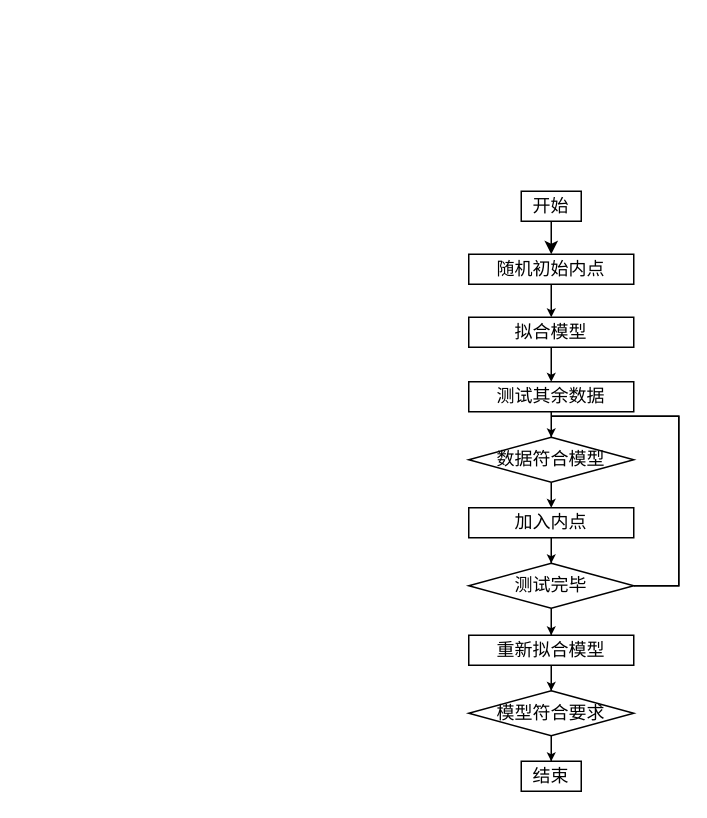
Above: indoor/未命名绘图.drawio in FanTongwen/drawio (draw.io), before the change. Source tidied: cells renumbered, new cells numbered last; positions are measured from the earlier drawing's top-left corner, leaving out a move shared by most shapes. Both pictures are drawn from the tidied source at 150%, with x=0, y=0 at pixel (468, 190).
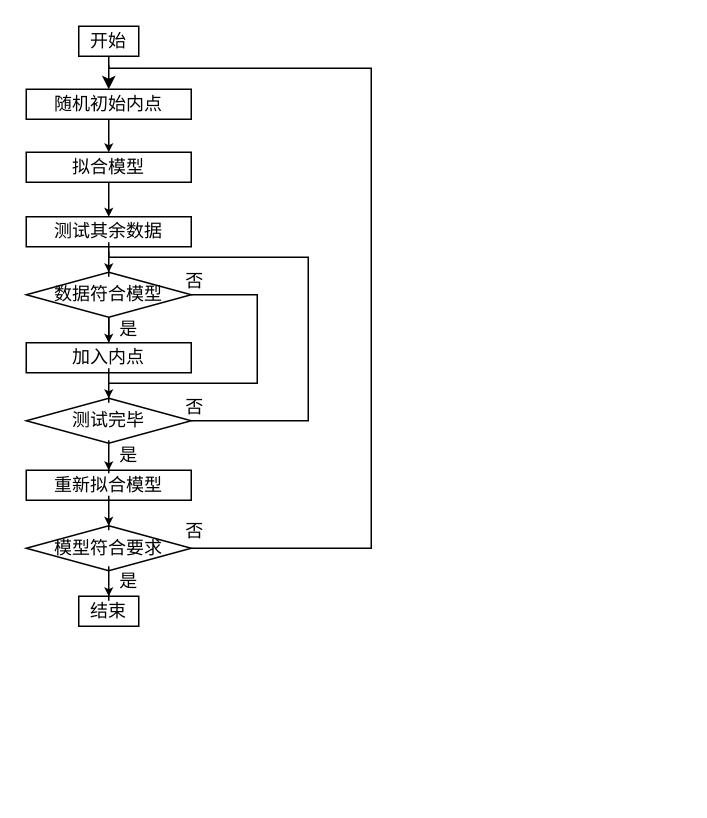
The same page after the edit.

Commit message (it also covers changes not shown here):
更新未命名绘图.drawio

The edit, as a diff of the source:
```diff
@@
+    <mxCell id="23" style="group;" parent="1" vertex="1">
+      <mxGeometry x="-295" y="-110" width="230" height="400" as="geometry" />
+    </mxCell>
+    <mxCell id="3" value="开始" style="rounded=0;whiteSpace=wrap;html=1;" parent="23" vertex="1">
+      <mxGeometry x="35" width="40" height="20" as="geometry" />
+    </mxCell>
+    <mxCell id="5" value="随机初始内点" style="rounded=0;whiteSpace=wrap;html=1;" parent="23" vertex="1">
+      <mxGeometry y="42" width="110" height="20" as="geometry" />
+    </mxCell>
-    <mxCell id="2" style="edgeStyle=orthogonalEdgeStyle;rounded=0;jettySize=auto;html=1;entryX=0.5;entryY=0;entryDx=0;entryDy=0;" parent="1" edge="1" source="3" target="5">
+    <mxCell id="2" style="edgeStyle=orthogonalEdgeStyle;rounded=0;jettySize=auto;html=1;entryX=0.5;entryY=0;entryDx=0;entryDy=0;" parent="23" edge="1" source="3" target="5">
       <mxGeometry relative="1" as="geometry" />
     </mxCell>
-    <mxCell id="3" value="开始" style="rounded=0;whiteSpace=wrap;html=1;" parent="1" vertex="1">
-      <mxGeometry x="35" width="40" height="20" as="geometry" />
-    </mxCell>
+    <mxCell id="7" value="拟合模型" style="rounded=0;whiteSpace=wrap;html=1;" parent="23" vertex="1">
+      <mxGeometry y="84" width="110" height="20" as="geometry" />
+    </mxCell>
-    <mxCell id="4" style="edgeStyle=orthogonalEdgeStyle;rounded=0;jettySize=auto;html=1;entryX=0.5;entryY=0;entryDx=0;entryDy=0;startSize=2;endSize=3;" parent="1" edge="1" source="5" target="7">
+    <mxCell id="4" style="edgeStyle=orthogonalEdgeStyle;rounded=0;jettySize=auto;html=1;entryX=0.5;entryY=0;entryDx=0;entryDy=0;startSize=2;endSize=3;" parent="23" edge="1" source="5" target="7">
       <mxGeometry relative="1" as="geometry" />
     </mxCell>
-    <mxCell id="5" value="随机初始内点" style="rounded=0;whiteSpace=wrap;html=1;" parent="1" vertex="1">
-      <mxGeometry y="42" width="110" height="20" as="geometry" />
-    </mxCell>
+    <mxCell id="9" value="测试其余数据" style="rounded=0;whiteSpace=wrap;html=1;" parent="23" vertex="1">
+      <mxGeometry y="127" width="110" height="20" as="geometry" />
+    </mxCell>
-    <mxCell id="6" style="edgeStyle=orthogonalEdgeStyle;rounded=0;jettySize=auto;html=1;entryX=0.5;entryY=0;entryDx=0;entryDy=0;startSize=2;endSize=3;" parent="1" edge="1" source="7" target="9">
+    <mxCell id="6" style="edgeStyle=orthogonalEdgeStyle;rounded=0;jettySize=auto;html=1;entryX=0.5;entryY=0;entryDx=0;entryDy=0;startSize=2;endSize=3;" parent="23" edge="1" source="7" target="9">
       <mxGeometry relative="1" as="geometry" />
     </mxCell>
-    <mxCell id="7" value="拟合模型" style="rounded=0;whiteSpace=wrap;html=1;" parent="1" vertex="1">
-      <mxGeometry y="84" width="110" height="20" as="geometry" />
-    </mxCell>
+    <mxCell id="24" style="edgeStyle=orthogonalEdgeStyle;rounded=0;jettySize=auto;html=1;" parent="23" edge="1" source="11">
+      <mxGeometry relative="1" as="geometry">
+        <mxPoint x="55" y="225" as="targetPoint" />
+      </mxGeometry>
+    </mxCell>
+    <mxCell id="25" style="edgeStyle=orthogonalEdgeStyle;rounded=0;jettySize=auto;html=1;endArrow=none;endFill=0;" parent="23" edge="1" source="11">
+      <mxGeometry relative="1" as="geometry">
+        <mxPoint x="55" y="238" as="targetPoint" />
+        <Array as="points">
+          <mxPoint x="154" y="179" />
+          <mxPoint x="154" y="238" />
+        </Array>
+      </mxGeometry>
+    </mxCell>
+    <mxCell id="11" value="数据符合模型" style="rhombus;whiteSpace=wrap;html=1;" parent="23" vertex="1">
+      <mxGeometry y="164" width="110" height="30" as="geometry" />
+    </mxCell>
-    <mxCell id="8" style="edgeStyle=orthogonalEdgeStyle;rounded=0;jettySize=auto;html=1;startSize=2;endSize=3;" parent="1" edge="1" source="9" target="11">
+    <mxCell id="8" style="edgeStyle=orthogonalEdgeStyle;rounded=0;jettySize=auto;html=1;startSize=2;endSize=3;" parent="23" edge="1" source="9" target="11">
       <mxGeometry relative="1" as="geometry" />
     </mxCell>
-    <mxCell id="9" value="测试其余数据" style="rounded=0;whiteSpace=wrap;html=1;" parent="1" vertex="1">
-      <mxGeometry y="127" width="110" height="20" as="geometry" />
-    </mxCell>
+    <mxCell id="13" value="加入内点" style="rounded=0;whiteSpace=wrap;html=1;" parent="23" vertex="1">
+      <mxGeometry y="211" width="110" height="20" as="geometry" />
+    </mxCell>
-    <mxCell id="10" style="edgeStyle=orthogonalEdgeStyle;rounded=0;jettySize=auto;html=1;exitX=0.5;exitY=1;exitDx=0;exitDy=0;entryX=0.5;entryY=0;entryDx=0;entryDy=0;startSize=2;endSize=3;" parent="1" edge="1" source="11" target="13">
+    <mxCell id="10" style="edgeStyle=orthogonalEdgeStyle;rounded=0;jettySize=auto;html=1;exitX=0.5;exitY=1;exitDx=0;exitDy=0;entryX=0.5;entryY=0;entryDx=0;entryDy=0;startSize=2;endSize=3;" parent="23" edge="1" source="11" target="13">
       <mxGeometry relative="1" as="geometry" />
     </mxCell>
-    <mxCell id="11" value="数据符合模型" style="rhombus;whiteSpace=wrap;html=1;" parent="1" vertex="1">
-      <mxGeometry y="164" width="110" height="30" as="geometry" />
-    </mxCell>
-    <mxCell id="12" style="edgeStyle=orthogonalEdgeStyle;rounded=0;jettySize=auto;html=1;entryX=0.5;entryY=0;entryDx=0;entryDy=0;startSize=2;endSize=3;" parent="1" edge="1" source="13" target="16">
-      <mxGeometry relative="1" as="geometry" />
-    </mxCell>
-    <mxCell id="13" value="加入内点" style="rounded=0;whiteSpace=wrap;html=1;" parent="1" vertex="1">
-      <mxGeometry y="211" width="110" height="20" as="geometry" />
-    </mxCell>
-    <mxCell id="14" style="edgeStyle=orthogonalEdgeStyle;rounded=0;jettySize=auto;html=1;entryX=0.5;entryY=0;entryDx=0;entryDy=0;startSize=2;endSize=3;" parent="1" edge="1" source="16" target="18">
-      <mxGeometry relative="1" as="geometry" />
-    </mxCell>
-    <mxCell id="15" style="edgeStyle=orthogonalEdgeStyle;rounded=0;jettySize=auto;html=1;endArrow=none;endFill=0;" parent="1" edge="1" source="16">
+    <mxCell id="15" style="edgeStyle=orthogonalEdgeStyle;rounded=0;jettySize=auto;html=1;endArrow=none;endFill=0;" parent="23" edge="1" source="16">
       <mxGeometry relative="1" as="geometry">
         <mxPoint x="55" y="150" as="targetPoint" />
         <Array as="points">
-          <mxPoint x="140" y="263" />
-          <mxPoint x="140" y="150" />
+          <mxPoint x="188" y="263" />
+          <mxPoint x="188" y="154" />
+          <mxPoint x="55" y="154" />
         </Array>
       </mxGeometry>
     </mxCell>
-    <mxCell id="16" value="测试完毕" style="rhombus;whiteSpace=wrap;html=1;" parent="1" vertex="1">
+    <mxCell id="16" value="测试完毕" style="rhombus;whiteSpace=wrap;html=1;" parent="23" vertex="1">
       <mxGeometry y="248" width="110" height="30" as="geometry" />
     </mxCell>
+    <mxCell id="12" style="edgeStyle=orthogonalEdgeStyle;rounded=0;jettySize=auto;html=1;entryX=0.5;entryY=0;entryDx=0;entryDy=0;startSize=2;endSize=3;" parent="23" edge="1" source="13" target="16">
+      <mxGeometry relative="1" as="geometry" />
+    </mxCell>
+    <mxCell id="18" value="重新拟合模型" style="rounded=0;whiteSpace=wrap;html=1;" parent="23" vertex="1">
+      <mxGeometry y="296" width="110" height="20" as="geometry" />
+    </mxCell>
+    <mxCell id="14" style="edgeStyle=orthogonalEdgeStyle;rounded=0;jettySize=auto;html=1;entryX=0.5;entryY=0;entryDx=0;entryDy=0;startSize=2;endSize=3;" parent="23" edge="1" source="16" target="18">
+      <mxGeometry relative="1" as="geometry" />
+    </mxCell>
+    <mxCell id="26" style="edgeStyle=orthogonalEdgeStyle;rounded=0;jettySize=auto;html=1;endArrow=none;endFill=0;" parent="23" edge="1" source="20">
+      <mxGeometry relative="1" as="geometry">
+        <mxPoint x="55" y="26" as="targetPoint" />
+        <Array as="points">
+          <mxPoint x="230" y="348" />
+          <mxPoint x="230" y="28" />
+          <mxPoint x="55" y="28" />
+        </Array>
+      </mxGeometry>
+    </mxCell>
+    <mxCell id="20" value="模型符合要求" style="rhombus;whiteSpace=wrap;html=1;" parent="23" vertex="1">
+      <mxGeometry y="333" width="110" height="30" as="geometry" />
+    </mxCell>
-    <mxCell id="17" style="edgeStyle=orthogonalEdgeStyle;rounded=0;jettySize=auto;html=1;entryX=0.5;entryY=0;entryDx=0;entryDy=0;startSize=2;endSize=3;" parent="1" edge="1" source="18" target="20">
+    <mxCell id="17" style="edgeStyle=orthogonalEdgeStyle;rounded=0;jettySize=auto;html=1;entryX=0.5;entryY=0;entryDx=0;entryDy=0;startSize=2;endSize=3;" parent="23" edge="1" source="18" target="20">
       <mxGeometry relative="1" as="geometry" />
     </mxCell>
-    <mxCell id="18" value="重新拟合模型" style="rounded=0;whiteSpace=wrap;html=1;" parent="1" vertex="1">
-      <mxGeometry y="296" width="110" height="20" as="geometry" />
-    </mxCell>
+    <mxCell id="21" value="结束" style="rounded=0;whiteSpace=wrap;html=1;" parent="23" vertex="1">
+      <mxGeometry x="35" y="380" width="40" height="20" as="geometry" />
+    </mxCell>
-    <mxCell id="19" style="edgeStyle=orthogonalEdgeStyle;rounded=0;jettySize=auto;html=1;entryX=0.5;entryY=0;entryDx=0;entryDy=0;startSize=2;endSize=3;" parent="1" edge="1" source="20" target="21">
+    <mxCell id="19" style="edgeStyle=orthogonalEdgeStyle;rounded=0;jettySize=auto;html=1;entryX=0.5;entryY=0;entryDx=0;entryDy=0;startSize=2;endSize=3;" parent="23" edge="1" source="20" target="21">
       <mxGeometry relative="1" as="geometry" />
     </mxCell>
-    <mxCell id="20" value="模型符合要求" style="rhombus;whiteSpace=wrap;html=1;" parent="1" vertex="1">
-      <mxGeometry y="333" width="110" height="30" as="geometry" />
-    </mxCell>
-    <mxCell id="21" value="结束" style="rounded=0;whiteSpace=wrap;html=1;" parent="1" vertex="1">
-      <mxGeometry x="35" y="380" width="40" height="20" as="geometry" />
-    </mxCell>
-    <mxCell id="22" style="edgeStyle=orthogonalEdgeStyle;rounded=0;jettySize=auto;html=1;endArrow=none;endFill=0;" parent="1" edge="1" source="16">
-      <mxGeometry relative="1" as="geometry">
-        <mxPoint x="55" y="150" as="targetPoint" />
-        <Array as="points">
-          <mxPoint x="140" y="263" />
-          <mxPoint x="140" y="150" />
-        </Array>
-      </mxGeometry>
-    </mxCell>
+    <mxCell id="27" value="是" style="text;html=1;align=center;verticalAlign=middle;strokeColor=none;fillColor=none;" parent="23" vertex="1">
+      <mxGeometry x="52" y="356" width="32" height="28" as="geometry" />
+    </mxCell>
+    <mxCell id="28" value="否" style="text;html=1;align=center;verticalAlign=middle;strokeColor=none;fillColor=none;" parent="23" vertex="1">
+      <mxGeometry x="96" y="323" width="32" height="28" as="geometry" />
+    </mxCell>
+    <mxCell id="29" value="否" style="text;html=1;align=center;verticalAlign=middle;strokeColor=none;fillColor=none;" parent="23" vertex="1">
+      <mxGeometry x="96" y="240" width="32" height="28" as="geometry" />
+    </mxCell>
+    <mxCell id="30" value="否" style="text;html=1;align=center;verticalAlign=middle;strokeColor=none;fillColor=none;" parent="23" vertex="1">
+      <mxGeometry x="96" y="156" width="32" height="28" as="geometry" />
+    </mxCell>
+    <mxCell id="31" value="是" style="text;html=1;align=center;verticalAlign=middle;strokeColor=none;fillColor=none;" parent="23" vertex="1">
+      <mxGeometry x="52" y="272" width="32" height="28" as="geometry" />
+    </mxCell>
+    <mxCell id="32" value="是" style="text;html=1;align=center;verticalAlign=middle;strokeColor=none;fillColor=none;" parent="23" vertex="1">
+      <mxGeometry x="52" y="188" width="32" height="28" as="geometry" />
+    </mxCell>
```
